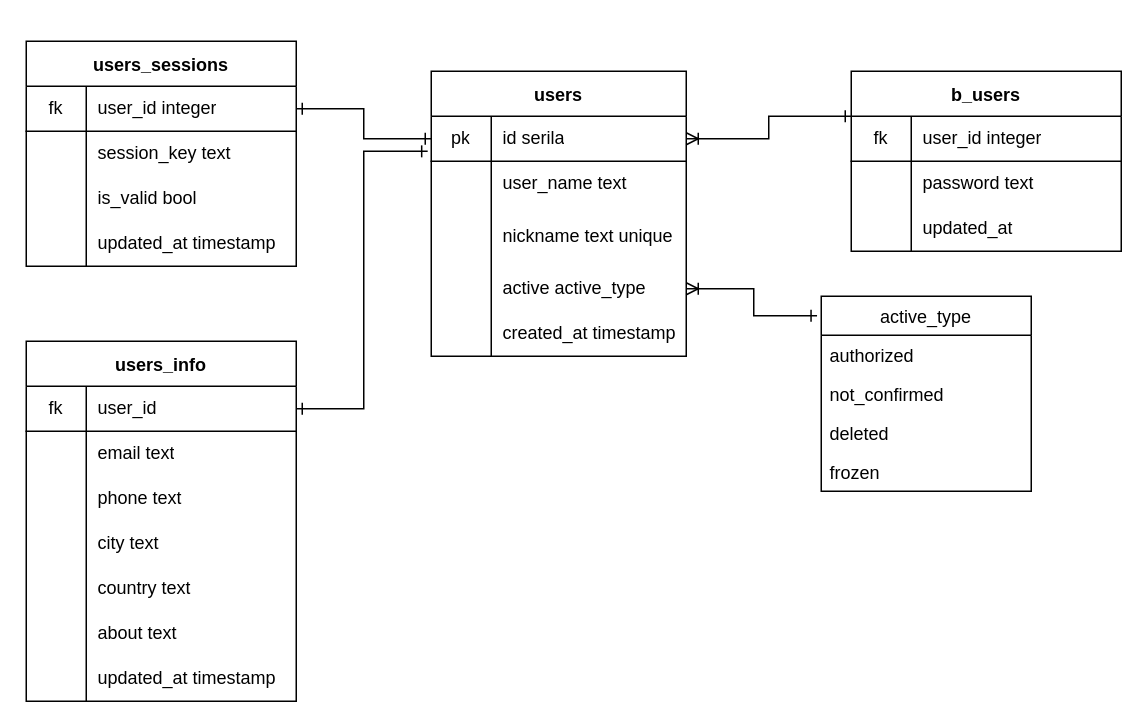
The draw.io diagram page "registration_login" (1 of 2) of DB.drawio in T0R0NT0T0KY0/tis-api, before the edit. Source tidied: cells renumbered, new cells numbered last; positions are measured from the earlier drawing's top-left corner, leaving out a move shared by most shapes. Both pictures are drawn from the tidied source at 150%, with x=0, y=0 at pixel (26, 40).
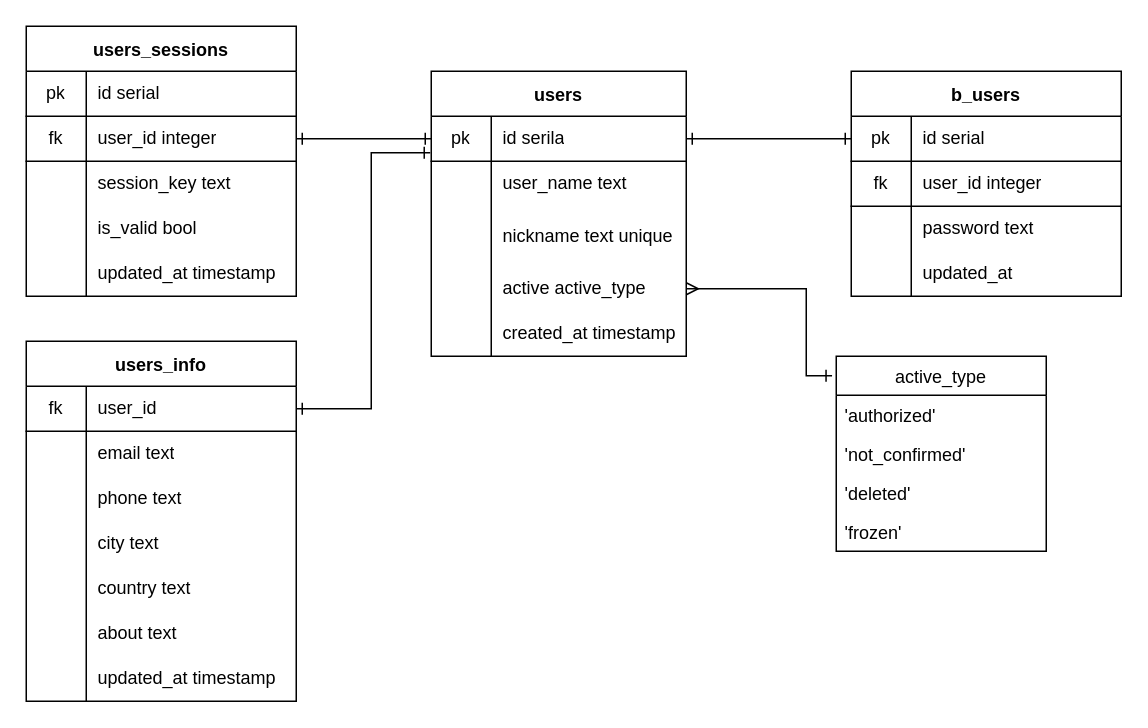
The same diagram, later.

The change refers to these unchanged cells:
```xml
<mxCell id="3" style="shape=partialRectangle;html=1;whiteSpace=wrap;fillColor=none;top=0;left=0;bottom=1;right=0;points=[[0,0.5],[1,0.5]];portConstraint=eastwest;" parent="2" vertex="1">
  <mxGeometry y="30" width="170" height="30" as="geometry" />
</mxCell>
<mxCell id="12" style="shape=partialRectangle;html=1;whiteSpace=wrap;fillColor=none;top=0;left=0;bottom=0;right=0;points=[[0,0.5],[1,0.5]];portConstraint=eastwest;" parent="2" vertex="1">
  <mxGeometry y="130" width="170" height="30" as="geometry" />
</mxCell>
<mxCell id="50" style="shape=partialRectangle;html=1;whiteSpace=wrap;fillColor=none;top=0;left=0;bottom=1;right=0;points=[[0,0.5],[1,0.5]];portConstraint=eastwest;" parent="49" vertex="1">
  <mxGeometry y="30" width="180" height="30" as="geometry" />
</mxCell>
```

What changed in the source:
```diff
@@
-    <mxCell id="18" style="edgeStyle=orthogonalEdgeStyle;rounded=0;jettySize=auto;html=1;exitX=0;exitY=0.25;exitDx=0;exitDy=0;entryX=1;entryY=0.5;entryDx=0;entryDy=0;startArrow=ERone;startFill=0;endArrow=ERoneToMany;endFill=0;" parent="1" edge="1" source="19" target="3">
+    <mxCell id="18" style="edgeStyle=orthogonalEdgeStyle;rounded=0;jettySize=auto;html=1;exitX=0;exitY=0.5;exitDx=0;exitDy=0;entryX=1;entryY=0.5;entryDx=0;entryDy=0;startArrow=ERone;startFill=0;endArrow=ERone;endFill=0;" parent="1" edge="1" source="72" target="3">
       <mxGeometry relative="1" as="geometry" />
     </mxCell>
     <mxCell id="19" value="b_users" style="shape=table;startSize=30;childLayout=tableLayout;rowLines=0;fontStyle=1;align=center;" parent="1" vertex="1">
-      <mxGeometry x="550" y="20" width="180" height="120" as="geometry" />
+      <mxGeometry x="550" y="20" width="180" height="150" as="geometry" />
     </mxCell>
+    <mxCell id="72" style="shape=partialRectangle;html=1;whiteSpace=wrap;fillColor=none;top=0;left=0;bottom=1;right=0;points=[[0,0.5],[1,0.5]];portConstraint=eastwest;" parent="19" vertex="1">
+      <mxGeometry y="30" width="180" height="30" as="geometry" />
+    </mxCell>
+    <mxCell id="73" value="pk" style="shape=partialRectangle;html=1;whiteSpace=wrap;fillColor=none;top=0;left=0;bottom=0;right=0;overflow=hidden;" parent="72" vertex="1">
+      <mxGeometry width="40" height="30" as="geometry" />
+    </mxCell>
+    <mxCell id="74" value="id serial" style="shape=partialRectangle;html=1;whiteSpace=wrap;fillColor=none;top=0;left=0;bottom=0;right=0;align=left;spacingLeft=6;overflow=hidden;" parent="72" vertex="1">
+      <mxGeometry x="40" width="140" height="30" as="geometry" />
+    </mxCell>
     <mxCell id="20" style="shape=partialRectangle;html=1;whiteSpace=wrap;fillColor=none;top=0;left=0;bottom=1;right=0;" parent="19" vertex="1">
-      <mxGeometry y="30" width="180" height="30" as="geometry" />
+      <mxGeometry y="60" width="180" height="30" as="geometry" />
     </mxCell>
@@
     <mxCell id="23" style="shape=partialRectangle;html=1;whiteSpace=wrap;fillColor=none;top=0;left=0;bottom=0;right=0;" parent="19" vertex="1">
-      <mxGeometry y="60" width="180" height="30" as="geometry" />
+      <mxGeometry y="90" width="180" height="30" as="geometry" />
     </mxCell>
@@
     <mxCell id="26" style="shape=partialRectangle;html=1;whiteSpace=wrap;fillColor=none;top=0;left=0;bottom=0;right=0;" parent="19" vertex="1">
-      <mxGeometry y="90" width="180" height="30" as="geometry" />
+      <mxGeometry y="120" width="180" height="30" as="geometry" />
     </mxCell>
@@
-    <mxCell id="29" style="edgeStyle=orthogonalEdgeStyle;rounded=0;jettySize=auto;html=1;exitX=-0.02;exitY=0.1;exitDx=0;exitDy=0;entryX=1;entryY=0.5;entryDx=0;entryDy=0;exitPerimeter=0;startArrow=ERone;startFill=0;endArrow=ERoneToMany;endFill=0;" parent="1" edge="1" source="30" target="12">
-      <mxGeometry relative="1" as="geometry" />
+    <mxCell id="29" style="edgeStyle=orthogonalEdgeStyle;rounded=0;jettySize=auto;html=1;exitX=-0.02;exitY=0.1;exitDx=0;exitDy=0;entryX=1;entryY=0.5;entryDx=0;entryDy=0;exitPerimeter=0;startArrow=ERone;startFill=0;endArrow=ERmany;endFill=0;" parent="1" edge="1" source="30" target="12">
+      <mxGeometry relative="1" as="geometry">
+        <Array as="points">
+          <mxPoint x="520" y="223" />
+          <mxPoint x="520" y="165" />
+        </Array>
+      </mxGeometry>
     </mxCell>
     <mxCell id="30" value="active_type" style="swimlane;fontStyle=0;horizontal=1;startSize=26;" parent="1" vertex="1">
-      <mxGeometry x="530" y="170" width="140" height="130" as="geometry" />
+      <mxGeometry x="540" y="210" width="140" height="130" as="geometry" />
     </mxCell>
-    <mxCell id="31" value="authorized" style="text;strokeColor=none;fillColor=none;align=left;verticalAlign=top;spacingLeft=4;spacingRight=4;overflow=hidden;" parent="30" vertex="1">
+    <mxCell id="31" value="'authorized'" style="text;strokeColor=none;fillColor=none;align=left;verticalAlign=top;spacingLeft=4;spacingRight=4;overflow=hidden;" parent="30" vertex="1">
       <mxGeometry y="26" width="140" height="26" as="geometry" />
     </mxCell>
-    <mxCell id="32" value="not_confirmed" style="text;strokeColor=none;fillColor=none;align=left;verticalAlign=top;spacingLeft=4;spacingRight=4;overflow=hidden;" parent="30" vertex="1">
+    <mxCell id="32" value="'not_confirmed'" style="text;strokeColor=none;fillColor=none;align=left;verticalAlign=top;spacingLeft=4;spacingRight=4;overflow=hidden;" parent="30" vertex="1">
       <mxGeometry y="52" width="140" height="26" as="geometry" />
     </mxCell>
-    <mxCell id="33" value="deleted" style="text;strokeColor=none;fillColor=none;align=left;verticalAlign=top;spacingLeft=4;spacingRight=4;overflow=hidden;" parent="30" vertex="1">
+    <mxCell id="33" value="'deleted'" style="text;strokeColor=none;fillColor=none;align=left;verticalAlign=top;spacingLeft=4;spacingRight=4;overflow=hidden;" parent="30" vertex="1">
       <mxGeometry y="78" width="140" height="26" as="geometry" />
     </mxCell>
-    <mxCell id="34" value="frozen" style="text;strokeColor=none;fillColor=none;align=left;verticalAlign=top;spacingLeft=4;spacingRight=4;overflow=hidden;" parent="30" vertex="1">
+    <mxCell id="34" value="'frozen'" style="text;strokeColor=none;fillColor=none;align=left;verticalAlign=top;spacingLeft=4;spacingRight=4;overflow=hidden;" parent="30" vertex="1">
       <mxGeometry y="104" width="140" height="26" as="geometry" />
     </mxCell>
     <mxCell id="35" value="users_sessions" style="shape=table;startSize=30;childLayout=tableLayout;rowLines=0;fontStyle=1;align=center;" parent="1" vertex="1">
-      <mxGeometry width="180" height="150" as="geometry" />
+      <mxGeometry y="-10" width="180" height="180" as="geometry" />
     </mxCell>
+    <mxCell id="75" style="shape=partialRectangle;html=1;whiteSpace=wrap;fillColor=none;top=0;left=0;bottom=1;right=0;" parent="35" vertex="1">
+      <mxGeometry y="30" width="180" height="30" as="geometry" />
+    </mxCell>
+    <mxCell id="76" value="pk" style="shape=partialRectangle;html=1;whiteSpace=wrap;fillColor=none;top=0;left=0;bottom=0;right=0;overflow=hidden;" parent="75" vertex="1">
+      <mxGeometry width="40" height="30" as="geometry" />
+    </mxCell>
+    <mxCell id="77" value="id serial" style="shape=partialRectangle;html=1;whiteSpace=wrap;fillColor=none;top=0;left=0;bottom=0;right=0;align=left;spacingLeft=6;overflow=hidden;" parent="75" vertex="1">
+      <mxGeometry x="40" width="140" height="30" as="geometry" />
+    </mxCell>
     <mxCell id="36" style="shape=partialRectangle;html=1;whiteSpace=wrap;fillColor=none;top=0;left=0;bottom=1;right=0;points=[[0,0.5],[1,0.5]];portConstraint=eastwest;" parent="35" vertex="1">
-      <mxGeometry y="30" width="180" height="30" as="geometry" />
+      <mxGeometry y="60" width="180" height="30" as="geometry" />
     </mxCell>
@@
     <mxCell id="39" style="shape=partialRectangle;html=1;whiteSpace=wrap;fillColor=none;top=0;left=0;bottom=0;right=0;" parent="35" vertex="1">
-      <mxGeometry y="60" width="180" height="30" as="geometry" />
+      <mxGeometry y="90" width="180" height="30" as="geometry" />
     </mxCell>
@@
     <mxCell id="42" style="shape=partialRectangle;html=1;whiteSpace=wrap;fillColor=none;top=0;left=0;bottom=0;right=0;" parent="35" vertex="1">
-      <mxGeometry y="90" width="180" height="30" as="geometry" />
+      <mxGeometry y="120" width="180" height="30" as="geometry" />
     </mxCell>
@@
     <mxCell id="45" style="shape=partialRectangle;html=1;whiteSpace=wrap;fillColor=none;top=0;left=0;bottom=0;right=0;" parent="35" vertex="1">
-      <mxGeometry y="120" width="180" height="30" as="geometry" />
+      <mxGeometry y="150" width="180" height="30" as="geometry" />
     </mxCell>
@@
-    <mxCell id="71" style="edgeStyle=orthogonalEdgeStyle;rounded=0;jettySize=auto;html=1;exitX=1;exitY=0.5;exitDx=0;exitDy=0;entryX=-0.014;entryY=0.78;entryDx=0;entryDy=0;entryPerimeter=0;startArrow=ERone;startFill=0;endArrow=ERone;endFill=0;" parent="1" edge="1" source="50" target="3">
-      <mxGeometry relative="1" as="geometry" />
+    <mxCell id="71" style="edgeStyle=orthogonalEdgeStyle;rounded=0;jettySize=auto;html=1;exitX=1;exitY=0.5;exitDx=0;exitDy=0;startArrow=ERone;startFill=0;endArrow=ERone;endFill=0;entryX=-0.004;entryY=0.812;entryDx=0;entryDy=0;entryPerimeter=0;" parent="1" edge="1" source="50" target="3">
+      <mxGeometry relative="1" as="geometry">
+        <Array as="points">
+          <mxPoint x="230" y="245" />
+          <mxPoint x="230" y="74" />
+          <mxPoint x="269" y="74" />
+        </Array>
+      </mxGeometry>
     </mxCell>
```
